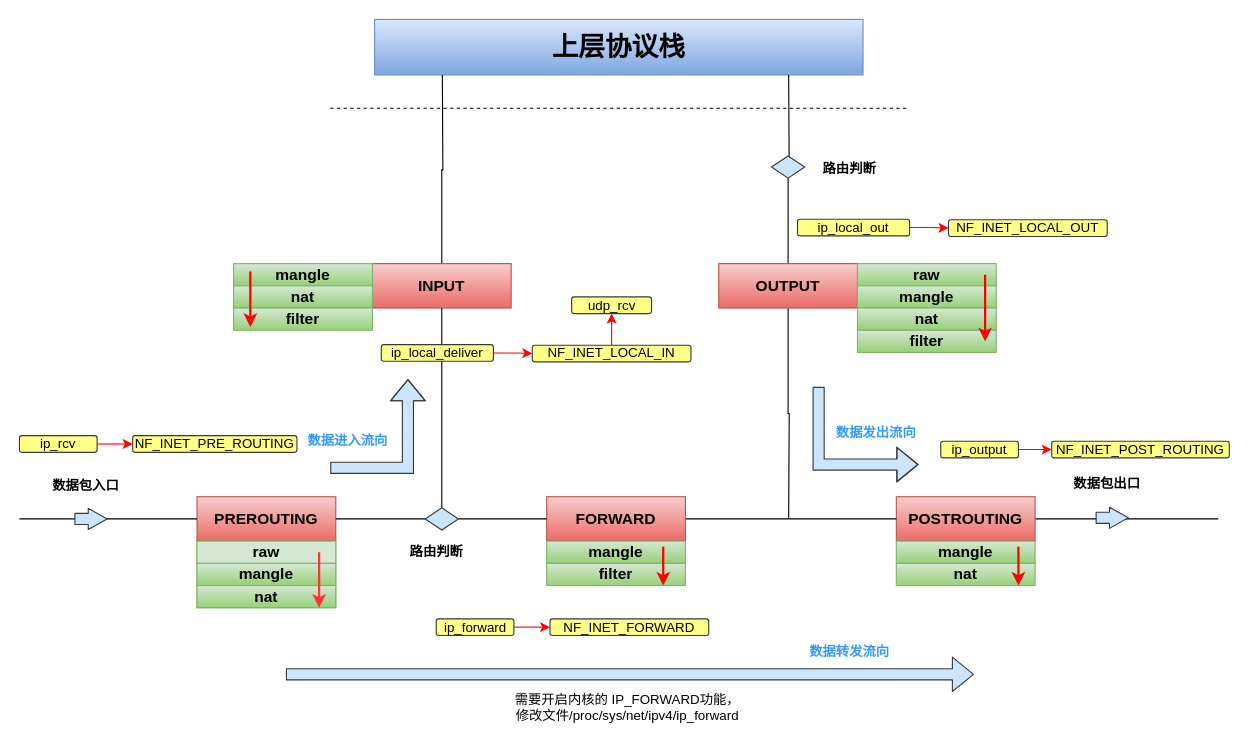
Earlier version of the draw.io diagram iptables.drawio (ctimbai/draw.io). Source tidied: cells renumbered, new cells numbered last; positions are measured from the earlier drawing's top-left corner, leaving out a move shared by most shapes. Both pictures are drawn from the tidied source at 111%, with x=0, y=0 at pixel (19, 19).
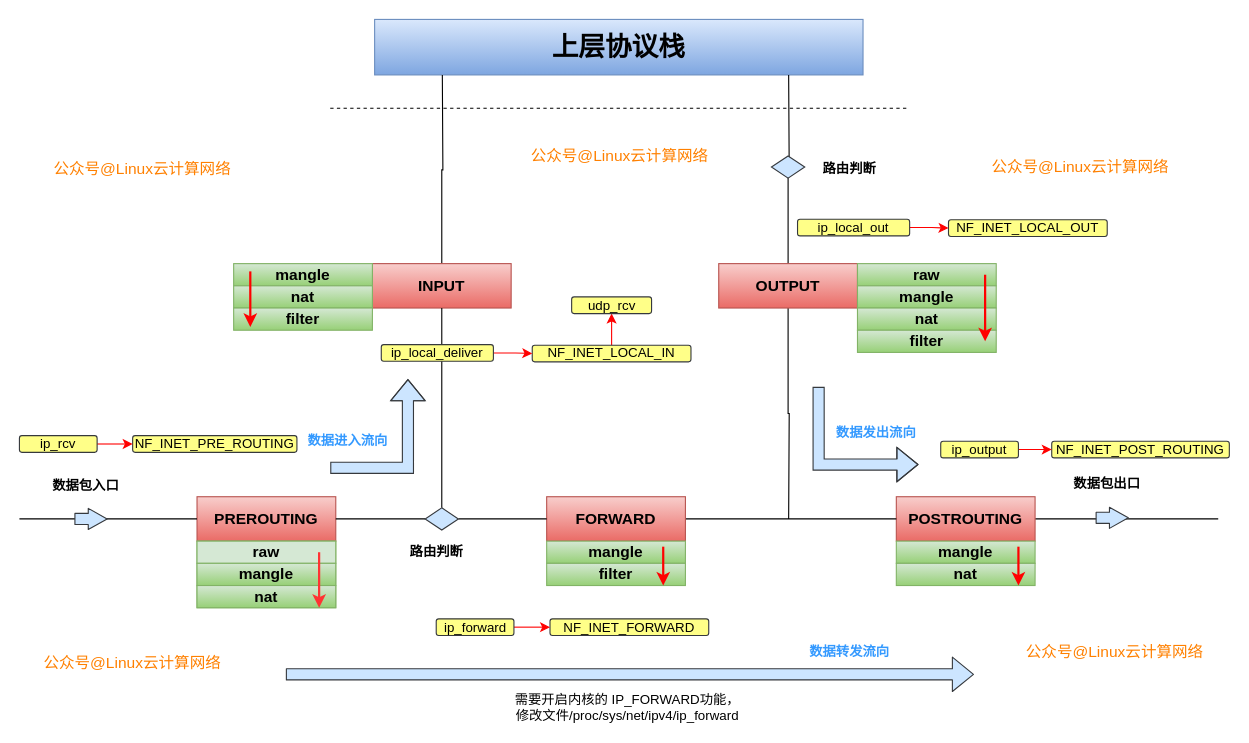
The same diagram, later.

Diff of the diagram source:
```diff
@@
+    <mxCell id="70" value="&lt;font color=&quot;#ff8000&quot; style=&quot;font-size: 14px&quot;&gt;公众号@Linux云计算网络&lt;/font&gt;" style="text;html=1;strokeColor=none;fillColor=none;align=center;verticalAlign=middle;whiteSpace=wrap;rounded=0;" parent="1" vertex="1">
+      <mxGeometry x="450" y="113" width="182" height="20" as="geometry" />
+    </mxCell>
+    <mxCell id="71" value="&lt;font color=&quot;#ff8000&quot; style=&quot;font-size: 14px&quot;&gt;公众号@Linux云计算网络&lt;/font&gt;" style="text;html=1;strokeColor=none;fillColor=none;align=center;verticalAlign=middle;whiteSpace=wrap;rounded=0;" parent="1" vertex="1">
+      <mxGeometry x="20" y="125" width="182" height="20" as="geometry" />
+    </mxCell>
+    <mxCell id="72" value="&lt;font color=&quot;#ff8000&quot; style=&quot;font-size: 14px&quot;&gt;公众号@Linux云计算网络&lt;/font&gt;" style="text;html=1;strokeColor=none;fillColor=none;align=center;verticalAlign=middle;whiteSpace=wrap;rounded=0;" parent="1" vertex="1">
+      <mxGeometry x="865" y="123" width="182" height="20" as="geometry" />
+    </mxCell>
+    <mxCell id="73" value="&lt;font color=&quot;#ff8000&quot; style=&quot;font-size: 14px&quot;&gt;公众号@Linux云计算网络&lt;/font&gt;" style="text;html=1;strokeColor=none;fillColor=none;align=center;verticalAlign=middle;whiteSpace=wrap;rounded=0;" parent="1" vertex="1">
+      <mxGeometry x="11" y="570" width="182" height="20" as="geometry" />
+    </mxCell>
+    <mxCell id="74" value="&lt;font color=&quot;#ff8000&quot; style=&quot;font-size: 14px&quot;&gt;公众号@Linux云计算网络&lt;/font&gt;" style="text;html=1;strokeColor=none;fillColor=none;align=center;verticalAlign=middle;whiteSpace=wrap;rounded=0;" parent="1" vertex="1">
+      <mxGeometry x="896" y="560" width="182" height="20" as="geometry" />
+    </mxCell>
```
